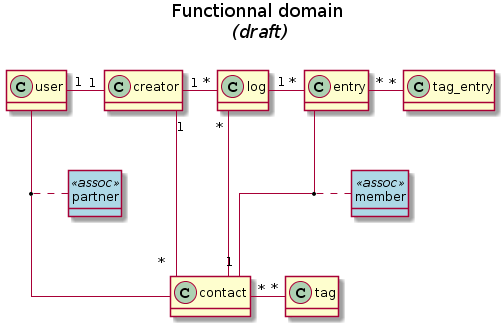
Before: doc/data_model/functional_model_light.png, a diagram exported from PlantUML (freezed/ocp13).
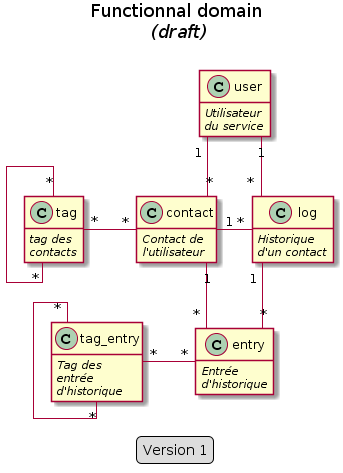
The same file after the commit.

Commit message:
Add a functionnal domain v1

What changed in the source:
```diff
@@ -12,26 +12,51 @@
 
 
 class user
-class creator
 class contact
 class tag
 class log
 class entry
-class member <<assoc>>
 class tag_entry
-class partner <<assoc>>
 
 
-user "1" - "1" creator
-contact "*" - "1" creator
+user "1" - "*" contact
 contact "1" - "*" log
-contact "*" - "*" tag
-creator "1" - "*" log
-log "1" - "*" entry
-entry "*" - "*" tag_entry
+contact "1" -- "*" entry
+tag "*" - "*" contact
+user "1" -- "*" log
+log "1" -- "*" entry
+tag_entry "*" - "*" entry
+tag "*" - "*" tag
+tag_entry "*" - "*" tag_entry
 
 
+class user{
+    <i>Utilisateur</i>\n<i>du service</i>
+}
+class contact{
+    <i>Contact de</i>
+    <i>l'utilisateur</i>
+}
+class tag{
+    <i>tag des</i>
+    <i>contacts</i>
+}
+class log{
+    <i>Historique</i>
+    <i>d'un contact</i>
+}
+class entry{
+    <i>Entrée</i>
+    <i>d'historique</i>
+}
+class tag_entry {
+    <i>Tag des</i>
+    <i>entrée</i>
+    <i>d'historique</i>
+}
 
-(user, contact) .. partner
-(entry, contact) .. member
+
+legend
+    Version 1
+endlegend
 @enduml
```
